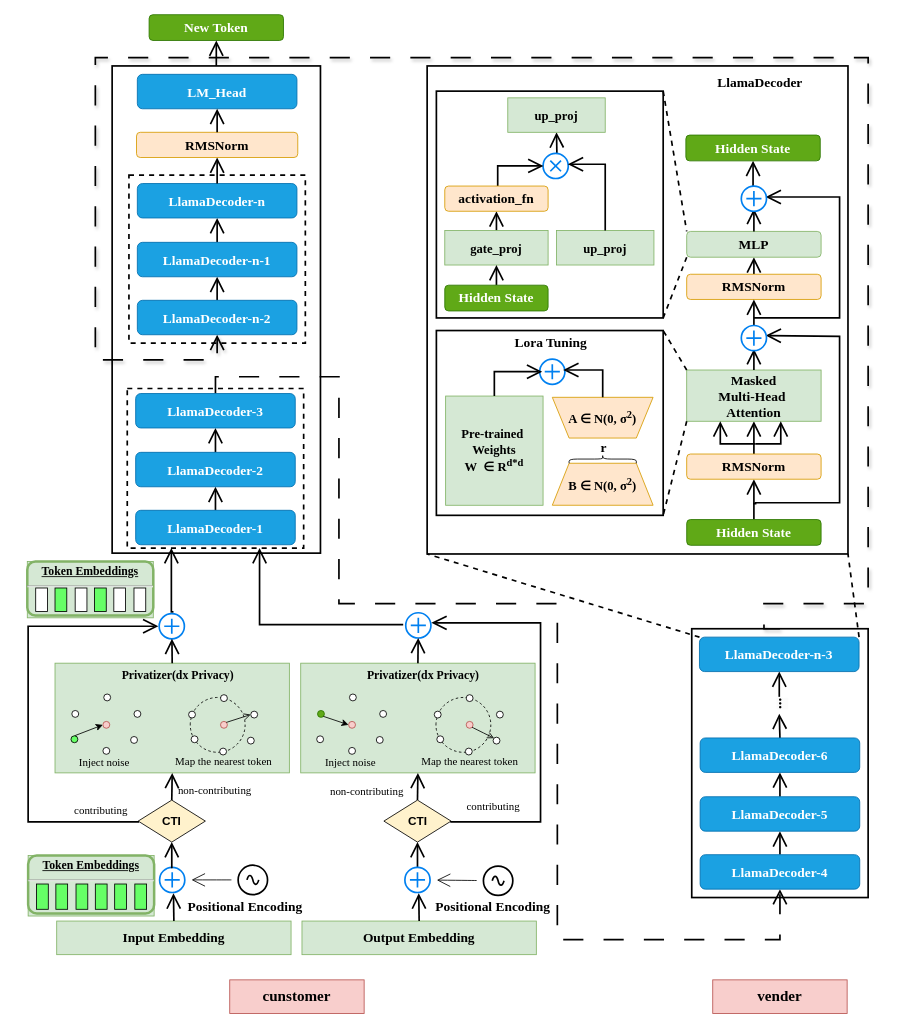
dtera/cnt keeps this draw.io diagram as page "FedCasualLM" (1 of 2) of diagrams/Federated_SAP_Diagram.drawio. Above is the earlier version. Source tidied: cells renumbered, new cells numbered last; positions are measured from the earlier drawing's top-left corner, leaving out a move shared by most shapes. Both pictures are drawn from the tidied source at 84%, with x=0, y=0 at pixel (20, 14).
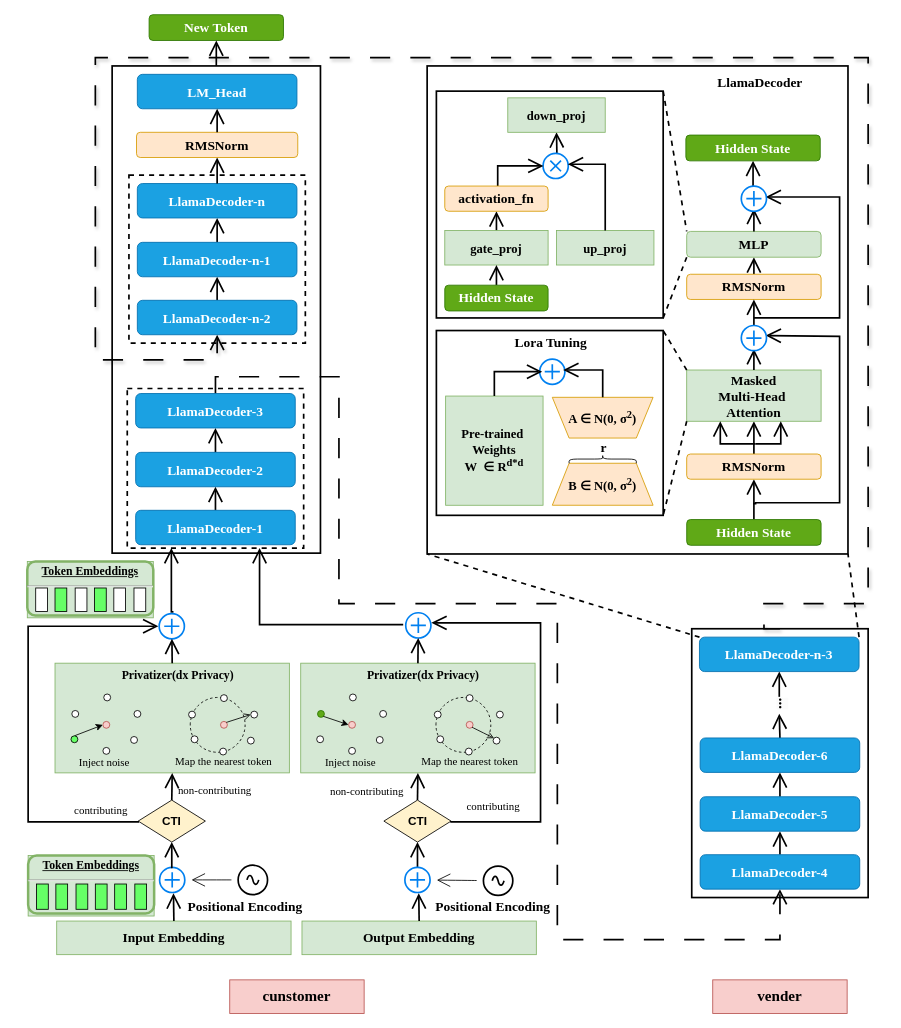
Above is the later version.

Unchanged cells that the change refers to:
```xml
<mxCell id="177" style="group;" parent="139" vertex="1">
  <mxGeometry x="11" y="-50" width="270" height="270" as="geometry" />
</mxCell>
```

Change to the diagram source:
```diff
@@
-    <mxCell id="189" value="up_proj" style="rounded=0;whiteSpace=wrap;html=1;fontFamily=Times New Roman;fillColor=#d5e8d4;strokeColor=#82b366;fontStyle=1;fontSize=15;" parent="177" vertex="1">
+    <mxCell id="189" value="down_proj" style="rounded=0;whiteSpace=wrap;html=1;fontFamily=Times New Roman;fillColor=#d5e8d4;strokeColor=#82b366;fontStyle=1;fontSize=15;" parent="177" vertex="1">
       <mxGeometry x="85" y="8" width="116" height="41" as="geometry" />
     </mxCell>
```
